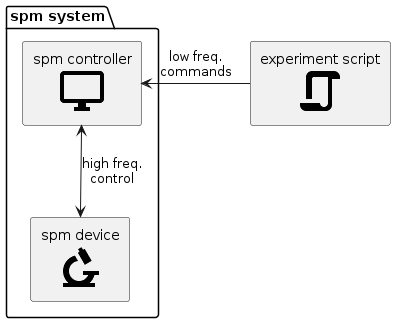
This is docs/images/experiment_with_script.png from nsulmol/afspm, a PlantUML export, as it was before one commit.
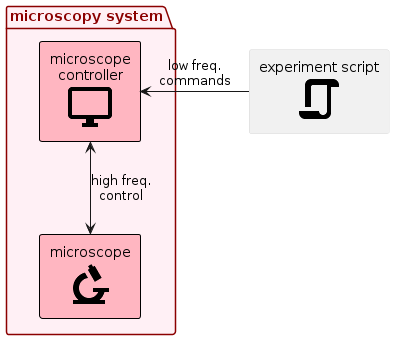
The same diagram one commit later.

Diff of the diagram source:
```diff
@@ -1,18 +1,8 @@
 @startuml
-skinparam componentStyle rectangle
-skinparam defaultTextAlignment center
-skinparam wrapWidth 200
-skinparam maxMessageSize 200
-!include <material/microscope>
-!include <material/monitor>
+!include style.puml
+!include microscopy.puml
+
 !include <material/script>
-
-
-package "spm system" as spm_system {
-  component "spm device\n<$ma_microscope>" as spmdev
-  component "spm controller\n<$ma_monitor>" as spmcon
-  spmcon <--> spmdev: high freq. \ncontrol
-}
 
 component "experiment script\n<$ma_script>" as exp_script
 spmcon <--r-- exp_script: low freq. \ncommands
```
